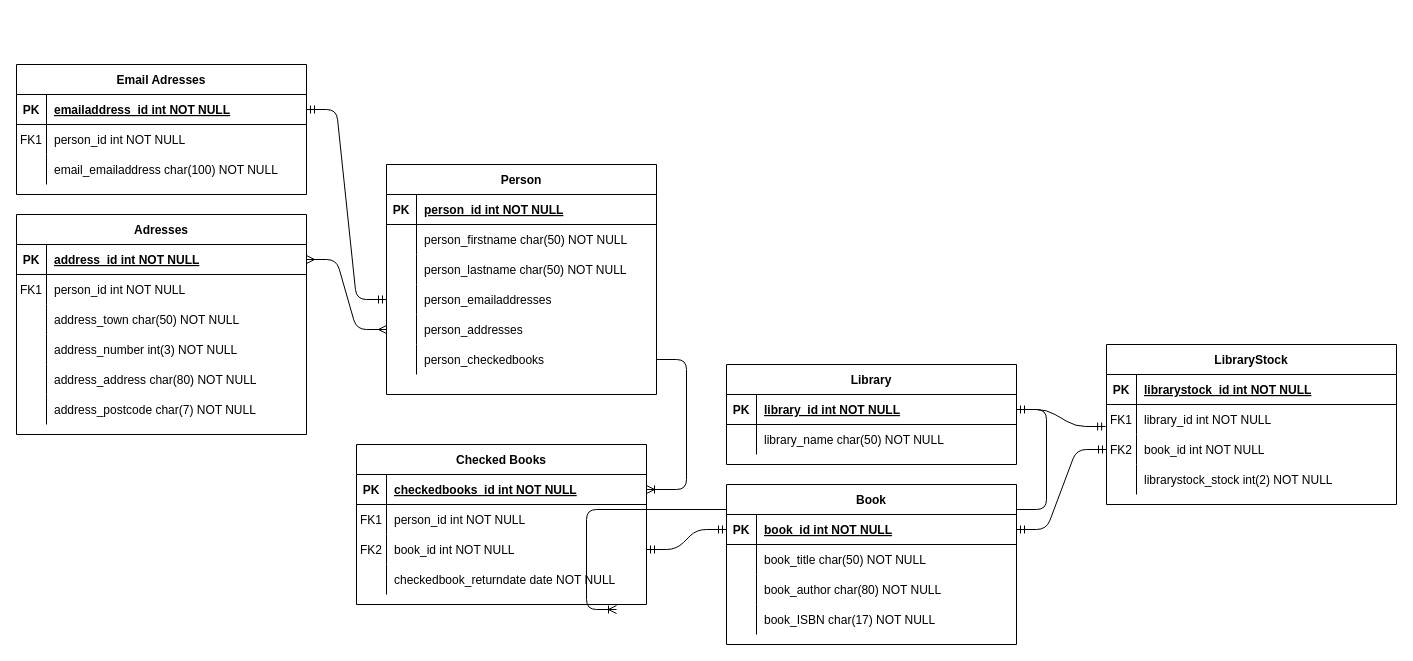
The draw.io diagram library.drawio in RhysGrabany/LibraryManagementSystem, before the edit. Source tidied: cells renumbered, new cells numbered last; positions are measured from the earlier drawing's top-left corner, leaving out a move shared by most shapes. Both pictures are drawn from the tidied source at 100%, with x=0, y=0 at pixel (16, 64).
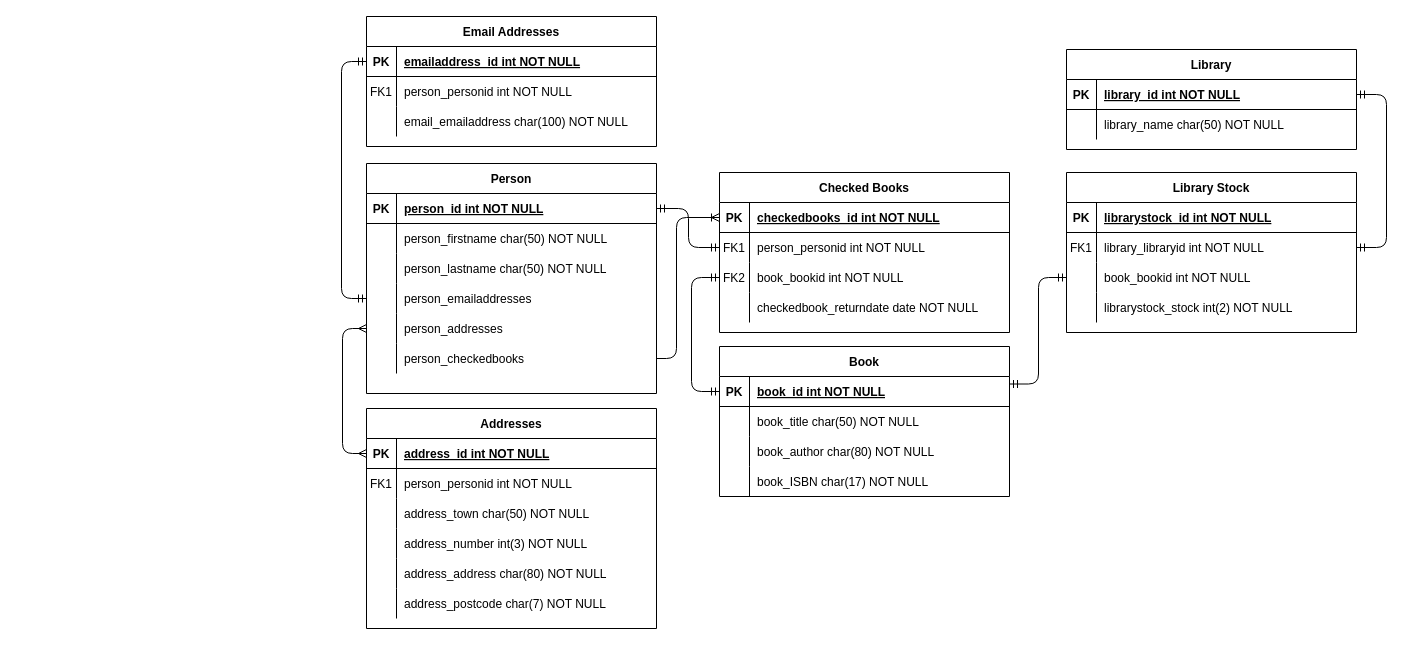
Above is the later version.

Commit message (it also covers changes not shown here):
Fixing ER Diagram for spelling mistakes and format

The change refers to these unchanged cells:
```xml
<mxCell id="4" style="shape=partialRectangle;fillColor=none;points=[[0,0.5],[1,0.5]];portConstraint=eastwest;top=0;left=0;right=0;bottom=1;" parent="3" vertex="1">
  <mxGeometry y="30" width="290" height="30" as="geometry" />
</mxCell>
<mxCell id="11" style="shape=partialRectangle;fillColor=none;points=[[0,0.5],[1,0.5]];portConstraint=eastwest;top=0;left=0;right=0;bottom=1;" parent="10" vertex="1">
  <mxGeometry y="30" width="290" height="30" as="geometry" />
</mxCell>
<mxCell id="14" style="shape=partialRectangle;fillColor=none;points=[[0,0.5],[1,0.5]];portConstraint=eastwest;top=0;left=0;right=0;bottom=0;" parent="10" vertex="1">
  <mxGeometry y="60" width="290" height="30" as="geometry" />
</mxCell>
<mxCell id="17" style="shape=partialRectangle;fillColor=none;points=[[0,0.5],[1,0.5]];portConstraint=eastwest;top=0;left=0;right=0;bottom=0;" parent="10" vertex="1">
  <mxGeometry y="90" width="290" height="30" as="geometry" />
</mxCell>
<mxCell id="43" style="shape=partialRectangle;fillColor=none;points=[[0,0.5],[1,0.5]];portConstraint=eastwest;top=0;left=0;right=0;bottom=1;" parent="42" vertex="1">
  <mxGeometry y="30" width="290" height="30" as="geometry" />
</mxCell>
<mxCell id="46" style="shape=partialRectangle;fillColor=none;top=0;left=0;right=0;bottom=0;" parent="42" vertex="1">
  <mxGeometry y="60" width="290" height="30" as="geometry" />
</mxCell>
<mxCell id="53" style="shape=partialRectangle;fillColor=none;points=[[0,0.5],[1,0.5]];portConstraint=eastwest;top=0;left=0;right=0;bottom=1;" parent="52" vertex="1">
  <mxGeometry y="30" width="290" height="30" as="geometry" />
</mxCell>
<mxCell id="56" style="shape=partialRectangle;fillColor=none;top=0;left=0;right=0;bottom=0;" parent="52" vertex="1">
  <mxGeometry y="60" width="290" height="30" as="geometry" />
</mxCell>
<mxCell id="79" style="shape=partialRectangle;fillColor=none;points=[[0,0.5],[1,0.5]];portConstraint=eastwest;top=0;left=0;right=0;bottom=0;" parent="75" vertex="1">
  <mxGeometry y="60" width="290" height="30" as="geometry" />
</mxCell>
<mxCell id="82" style="shape=partialRectangle;fillColor=none;points=[[0,0.5],[1,0.5]];portConstraint=eastwest;top=0;left=0;right=0;bottom=0;" parent="75" vertex="1">
  <mxGeometry y="90" width="290" height="30" as="geometry" />
</mxCell>
<mxCell id="91" style="shape=partialRectangle;fillColor=none;points=[[0,0.5],[1,0.5]];portConstraint=eastwest;top=0;left=0;right=0;bottom=1;" parent="90" vertex="1">
  <mxGeometry y="30" width="290" height="30" as="geometry" />
</mxCell>
```

Diff of the diagram source:
```diff
@@
-    <mxCell id="2" style="edgeStyle=entityRelationEdgeStyle;fontSize=12;html=1;endArrow=ERoneToMany;targetPerimeterSpacing=0;strokeWidth=1;jumpSize=6;rounded=1;sketch=0;exitX=1;exitY=0.5;exitDx=0;exitDy=0;" parent="1" edge="1" source="4">
-      <mxGeometry relative="1" as="geometry">
-        <mxPoint x="600" y="545" as="targetPoint" />
-      </mxGeometry>
-    </mxCell>
     <mxCell id="3" value="Library" style="shape=table;startSize=30;childLayout=tableLayout;rowLines=0;fontStyle=1;align=center;" parent="1" vertex="1">
-      <mxGeometry x="710" y="300" width="290" height="100" as="geometry" />
+      <mxGeometry x="1050" y="-15" width="290" height="100" as="geometry" />
     </mxCell>
@@
     <mxCell id="10" value="Checked Books" style="shape=table;startSize=30;childLayout=tableLayout;rowLines=0;fontStyle=1;align=center;" parent="1" vertex="1">
-      <mxGeometry x="340" y="380" width="290" height="160" as="geometry" />
+      <mxGeometry x="703" y="108" width="290" height="160" as="geometry" />
     </mxCell>
@@
-    <mxCell id="16" value="person_id int NOT NULL" style="shape=partialRectangle;overflow=hidden;fillColor=none;top=0;left=0;bottom=0;right=0;align=left;spacingLeft=6;" parent="14" vertex="1">
+    <mxCell id="16" value="person_personid int NOT NULL" style="shape=partialRectangle;overflow=hidden;fillColor=none;top=0;left=0;bottom=0;right=0;align=left;spacingLeft=6;" parent="14" vertex="1">
       <mxGeometry x="30" width="260" height="30" as="geometry" />
     </mxCell>
@@
-    <mxCell id="19" value="book_id int NOT NULL" style="shape=partialRectangle;overflow=hidden;fillColor=none;top=0;left=0;bottom=0;right=0;align=left;spacingLeft=6;" parent="17" vertex="1">
+    <mxCell id="19" value="book_bookid int NOT NULL" style="shape=partialRectangle;overflow=hidden;fillColor=none;top=0;left=0;bottom=0;right=0;align=left;spacingLeft=6;" parent="17" vertex="1">
       <mxGeometry x="30" width="260" height="30" as="geometry" />
     </mxCell>
@@
     <mxCell id="23" value="Person" style="shape=table;startSize=30;childLayout=tableLayout;rowLines=0;fontStyle=1;align=center;" parent="1" vertex="1">
-      <mxGeometry x="370" y="100" width="270" height="230" as="geometry" />
+      <mxGeometry x="350" y="99" width="290" height="230" as="geometry" />
     </mxCell>
     <mxCell id="24" style="shape=partialRectangle;fillColor=none;points=[[0,0.5],[1,0.5]];portConstraint=eastwest;top=0;left=0;right=0;bottom=1;" parent="23" vertex="1">
-      <mxGeometry y="30" width="270" height="30" as="geometry" />
+      <mxGeometry y="30" width="290" height="30" as="geometry" />
     </mxCell>
@@
     <mxCell id="26" value="person_id int NOT NULL " style="shape=partialRectangle;overflow=hidden;fillColor=none;top=0;left=0;bottom=0;right=0;align=left;spacingLeft=6;fontStyle=5;" parent="24" vertex="1">
-      <mxGeometry x="30" width="240" height="30" as="geometry" />
+      <mxGeometry x="30" width="260" height="30" as="geometry" />
     </mxCell>
     <mxCell id="27" style="shape=partialRectangle;fillColor=none;top=0;left=0;right=0;bottom=0;" parent="23" vertex="1">
-      <mxGeometry y="60" width="270" height="30" as="geometry" />
+      <mxGeometry y="60" width="290" height="30" as="geometry" />
     </mxCell>
@@
     <mxCell id="29" value="person_firstname char(50) NOT NULL" style="shape=partialRectangle;overflow=hidden;fillColor=none;top=0;left=0;bottom=0;right=0;align=left;spacingLeft=6;" parent="27" vertex="1">
-      <mxGeometry x="30" width="240" height="30" as="geometry" />
+      <mxGeometry x="30" width="260" height="30" as="geometry" />
     </mxCell>
     <mxCell id="30" style="shape=partialRectangle;fillColor=none;top=0;left=0;right=0;bottom=0;" parent="23" vertex="1">
-      <mxGeometry y="90" width="270" height="30" as="geometry" />
+      <mxGeometry y="90" width="290" height="30" as="geometry" />
     </mxCell>
@@
     <mxCell id="32" value="person_lastname char(50) NOT NULL" style="shape=partialRectangle;overflow=hidden;fillColor=none;top=0;left=0;bottom=0;right=0;align=left;spacingLeft=6;" parent="30" vertex="1">
-      <mxGeometry x="30" width="240" height="30" as="geometry" />
+      <mxGeometry x="30" width="260" height="30" as="geometry" />
     </mxCell>
     <mxCell id="33" style="shape=partialRectangle;fillColor=none;points=[[0,0.5],[1,0.5]];portConstraint=eastwest;top=0;left=0;right=0;bottom=0;" parent="23" vertex="1">
-      <mxGeometry y="120" width="270" height="30" as="geometry" />
+      <mxGeometry y="120" width="290" height="30" as="geometry" />
     </mxCell>
@@
     <mxCell id="35" value="person_emailaddresses" style="shape=partialRectangle;overflow=hidden;fillColor=none;top=0;left=0;bottom=0;right=0;align=left;spacingLeft=6;" parent="33" vertex="1">
-      <mxGeometry x="30" width="240" height="30" as="geometry" />
+      <mxGeometry x="30" width="260" height="30" as="geometry" />
     </mxCell>
     <mxCell id="36" style="shape=partialRectangle;fillColor=none;points=[[0,0.5],[1,0.5]];portConstraint=eastwest;top=0;left=0;right=0;bottom=0;" parent="23" vertex="1">
-      <mxGeometry y="150" width="270" height="30" as="geometry" />
+      <mxGeometry y="150" width="290" height="30" as="geometry" />
     </mxCell>
@@
     <mxCell id="38" value="person_addresses" style="shape=partialRectangle;overflow=hidden;fillColor=none;top=0;left=0;bottom=0;right=0;align=left;spacingLeft=6;" parent="36" vertex="1">
-      <mxGeometry x="30" width="240" height="30" as="geometry" />
+      <mxGeometry x="30" width="260" height="30" as="geometry" />
     </mxCell>
     <mxCell id="39" style="shape=partialRectangle;fillColor=none;points=[[0,0.5],[1,0.5]];portConstraint=eastwest;top=0;left=0;right=0;bottom=0;" parent="23" vertex="1">
-      <mxGeometry y="180" width="270" height="30" as="geometry" />
+      <mxGeometry y="180" width="290" height="30" as="geometry" />
     </mxCell>
@@
     <mxCell id="41" value="person_checkedbooks" style="shape=partialRectangle;overflow=hidden;fillColor=none;top=0;left=0;bottom=0;right=0;align=left;spacingLeft=6;" parent="39" vertex="1">
-      <mxGeometry x="30" width="240" height="30" as="geometry" />
+      <mxGeometry x="30" width="260" height="30" as="geometry" />
     </mxCell>
-    <mxCell id="42" value="Email Adresses" style="shape=table;startSize=30;childLayout=tableLayout;rowLines=0;fontStyle=1;align=center;" parent="1" vertex="1">
-      <mxGeometry width="290" height="130" as="geometry" />
+    <mxCell id="42" value="Email Addresses" style="shape=table;startSize=30;childLayout=tableLayout;rowLines=0;fontStyle=1;align=center;" parent="1" vertex="1">
+      <mxGeometry x="350" y="-48" width="290" height="130" as="geometry" />
     </mxCell>
@@
-    <mxCell id="48" value="person_id int NOT NULL" style="shape=partialRectangle;overflow=hidden;fillColor=none;top=0;left=0;bottom=0;right=0;align=left;spacingLeft=6;" parent="46" vertex="1">
+    <mxCell id="48" value="person_personid int NOT NULL" style="shape=partialRectangle;overflow=hidden;fillColor=none;top=0;left=0;bottom=0;right=0;align=left;spacingLeft=6;" parent="46" vertex="1">
       <mxGeometry x="30" width="260" height="30" as="geometry" />
     </mxCell>
@@
-    <mxCell id="52" value="Adresses" style="shape=table;startSize=30;childLayout=tableLayout;rowLines=0;fontStyle=1;align=center;" parent="1" vertex="1">
-      <mxGeometry y="150" width="290" height="220" as="geometry" />
+    <mxCell id="52" value="Addresses" style="shape=table;startSize=30;childLayout=tableLayout;rowLines=0;fontStyle=1;align=center;" parent="1" vertex="1">
+      <mxGeometry x="350" y="344" width="290" height="220" as="geometry" />
     </mxCell>
@@
-    <mxCell id="58" value="person_id int NOT NULL" style="shape=partialRectangle;overflow=hidden;fillColor=none;top=0;left=0;bottom=0;right=0;align=left;spacingLeft=6;" parent="56" vertex="1">
+    <mxCell id="58" value="person_personid int NOT NULL" style="shape=partialRectangle;overflow=hidden;fillColor=none;top=0;left=0;bottom=0;right=0;align=left;spacingLeft=6;" parent="56" vertex="1">
       <mxGeometry x="30" width="260" height="30" as="geometry" />
     </mxCell>
@@
-    <mxCell id="71" style="edgeStyle=entityRelationEdgeStyle;fontSize=12;html=1;endArrow=ERoneToMany;" parent="1" edge="1" source="39" target="11">
-      <mxGeometry relative="1" as="geometry" />
+    <mxCell id="71" style="edgeStyle=elbowEdgeStyle;fontSize=12;html=1;endArrow=ERoneToMany;jumpStyle=arc;" parent="1" edge="1" source="39" target="11">
+      <mxGeometry relative="1" as="geometry">
+        <Array as="points">
+          <mxPoint x="660" y="224" />
+        </Array>
+      </mxGeometry>
     </mxCell>
-    <mxCell id="72" style="edgeStyle=entityRelationEdgeStyle;fontSize=12;html=1;endArrow=ERmandOne;startArrow=ERmandOne;entryX=0;entryY=0.5;entryDx=0;entryDy=0;exitX=1;exitY=0.5;exitDx=0;exitDy=0;" parent="1" edge="1" source="43" target="33">
-      <mxGeometry relative="1" as="geometry" />
+    <mxCell id="72" style="edgeStyle=elbowEdgeStyle;fontSize=12;html=1;endArrow=ERmandOne;startArrow=ERmandOne;exitX=0;exitY=0.5;exitDx=0;exitDy=0;" parent="1" edge="1" source="43" target="33">
+      <mxGeometry relative="1" as="geometry">
+        <Array as="points">
+          <mxPoint x="325" y="117" />
+        </Array>
+      </mxGeometry>
     </mxCell>
-    <mxCell id="73" style="edgeStyle=entityRelationEdgeStyle;fontSize=12;html=1;endArrow=ERmany;startArrow=ERmany;entryX=0;entryY=0.5;entryDx=0;entryDy=0;exitX=1;exitY=0.5;exitDx=0;exitDy=0;" parent="1" edge="1" source="53" target="36">
-      <mxGeometry relative="1" as="geometry" />
+    <mxCell id="73" style="edgeStyle=elbowEdgeStyle;fontSize=12;html=1;endArrow=ERmany;startArrow=ERmany;entryX=0;entryY=0.5;entryDx=0;entryDy=0;exitX=0;exitY=0.5;exitDx=0;exitDy=0;" parent="1" edge="1" source="53" target="36">
+      <mxGeometry relative="1" as="geometry">
+        <Array as="points">
+          <mxPoint x="326" y="310" />
+          <mxPoint x="332" y="313" />
+          <mxPoint x="309" y="326" />
+        </Array>
+      </mxGeometry>
     </mxCell>
-    <mxCell id="74" style="edgeStyle=entityRelationEdgeStyle;fontSize=12;html=1;endArrow=ERmandOne;startArrow=ERmandOne;strokeWidth=1;entryX=0;entryY=0.5;entryDx=0;entryDy=0;exitX=1;exitY=0.5;exitDx=0;exitDy=0;" parent="1" edge="1" source="17" target="91">
-      <mxGeometry relative="1" as="geometry" />
-    </mxCell>
-    <mxCell id="75" value="LibraryStock" style="shape=table;startSize=30;childLayout=tableLayout;rowLines=0;fontStyle=1;align=center;" parent="1" vertex="1">
-      <mxGeometry x="1090" y="280" width="290" height="160" as="geometry" />
+    <mxCell id="75" value="Library Stock" style="shape=table;startSize=30;childLayout=tableLayout;rowLines=0;fontStyle=1;align=center;" parent="1" vertex="1">
+      <mxGeometry x="1050" y="108" width="290" height="160" as="geometry" />
     </mxCell>
@@
-    <mxCell id="81" value="library_id int NOT NULL" style="shape=partialRectangle;overflow=hidden;fillColor=none;top=0;left=0;bottom=0;right=0;align=left;spacingLeft=6;" parent="79" vertex="1">
+    <mxCell id="81" value="library_libraryid int NOT NULL" style="shape=partialRectangle;overflow=hidden;fillColor=none;top=0;left=0;bottom=0;right=0;align=left;spacingLeft=6;" parent="79" vertex="1">
       <mxGeometry x="30" width="260" height="30" as="geometry" />
     </mxCell>
@@
-    <mxCell id="83" value="FK2" style="shape=partialRectangle;overflow=hidden;fillColor=none;top=0;left=0;bottom=0;right=0;" parent="82" vertex="1">
+    <mxCell id="83" style="shape=partialRectangle;overflow=hidden;fillColor=none;top=0;left=0;bottom=0;right=0;" parent="82" vertex="1">
       <mxGeometry width="30" height="30" as="geometry" />
     </mxCell>
-    <mxCell id="84" value="book_id int NOT NULL" style="shape=partialRectangle;overflow=hidden;fillColor=none;top=0;left=0;bottom=0;right=0;align=left;spacingLeft=6;" parent="82" vertex="1">
+    <mxCell id="84" value="book_bookid int NOT NULL" style="shape=partialRectangle;overflow=hidden;fillColor=none;top=0;left=0;bottom=0;right=0;align=left;spacingLeft=6;" parent="82" vertex="1">
       <mxGeometry x="30" width="260" height="30" as="geometry" />
     </mxCell>
@@
-    <mxCell id="88" style="edgeStyle=entityRelationEdgeStyle;fontSize=12;html=1;endArrow=ERmandOne;startArrow=ERmandOne;strokeWidth=1;entryX=1;entryY=0.5;entryDx=0;entryDy=0;exitX=0;exitY=0.5;exitDx=0;exitDy=0;" parent="1" edge="1" source="82" target="91">
-      <mxGeometry relative="1" as="geometry" />
-    </mxCell>
-    <mxCell id="89" style="edgeStyle=entityRelationEdgeStyle;fontSize=12;html=1;endArrow=ERmandOne;startArrow=ERmandOne;strokeWidth=1;entryX=-0.003;entryY=0.733;entryDx=0;entryDy=0;exitX=1;exitY=0.5;exitDx=0;exitDy=0;entryPerimeter=0;" parent="1" edge="1" source="4" target="79">
+    <mxCell id="89" style="edgeStyle=entityRelationEdgeStyle;fontSize=12;html=1;endArrow=ERmandOne;startArrow=ERmandOne;strokeWidth=1;" parent="1" edge="1" source="4" target="79">
       <mxGeometry relative="1" as="geometry" />
     </mxCell>
+    <mxCell id="103" style="edgeStyle=elbowEdgeStyle;fontSize=12;html=1;endArrow=ERmandOne;startArrow=ERmandOne;jumpStyle=none;jumpSize=9;noJump=0;" parent="1" edge="1" source="14" target="24">
+      <mxGeometry relative="1" as="geometry" />
+    </mxCell>
+    <mxCell id="104" style="edgeStyle=elbowEdgeStyle;fontSize=12;html=1;endArrow=ERmandOne;startArrow=ERmandOne;exitX=1;exitY=0.25;exitDx=0;exitDy=0;" parent="1" edge="1" source="90" target="82">
+      <mxGeometry relative="1" as="geometry" />
+    </mxCell>
     <mxCell id="90" value="Book" style="shape=table;startSize=30;childLayout=tableLayout;rowLines=0;fontStyle=1;align=center;" parent="1" vertex="1">
-      <mxGeometry x="710" y="420" width="290" height="160" as="geometry" />
+      <mxGeometry x="703" y="282" width="290" height="150" as="geometry" />
     </mxCell>
@@
+    <mxCell id="74" style="edgeStyle=elbowEdgeStyle;fontSize=12;html=1;endArrow=ERmandOne;startArrow=ERmandOne;labelPosition=center;verticalLabelPosition=bottom;align=center;verticalAlign=top;textDirection=rtl;strokeWidth=1;fixDash=0;snapToPoint=0;anchorPointDirection=0;exitX=0;exitY=0.5;exitDx=0;exitDy=0;" parent="1" edge="1" source="17" target="91">
+      <mxGeometry relative="1" as="geometry">
+        <Array as="points">
+          <mxPoint x="675" y="290" />
+        </Array>
+      </mxGeometry>
+    </mxCell>
```
